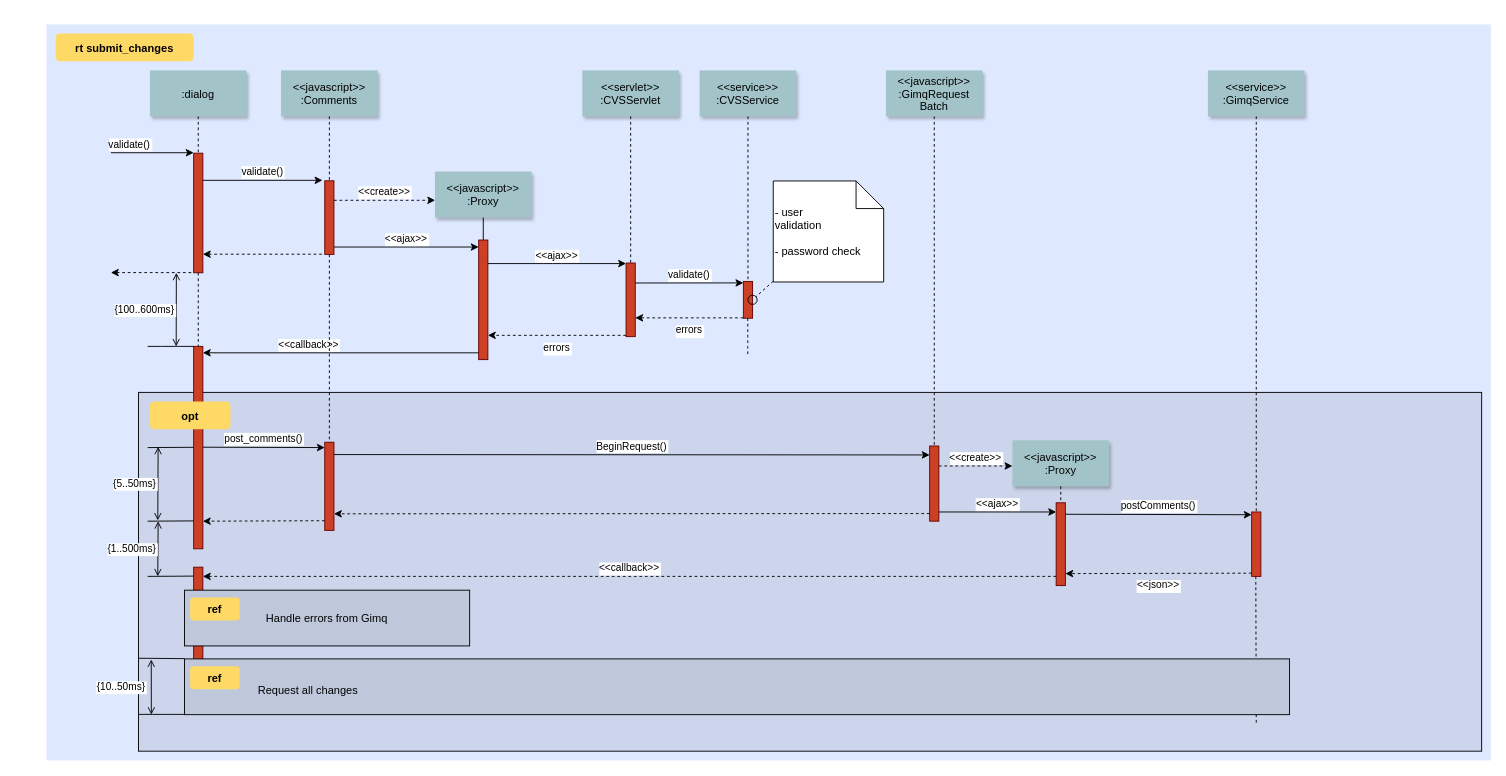
Before: AR Calculation.drawio in mingyuzhao/Diagrams, a draw.io diagram. Source tidied: cells renumbered, new cells numbered last; positions are measured from the earlier drawing's top-left corner, leaving out a move shared by most shapes. Both pictures are drawn from the tidied source at 92%, with x=0, y=0 at pixel (46, 24).
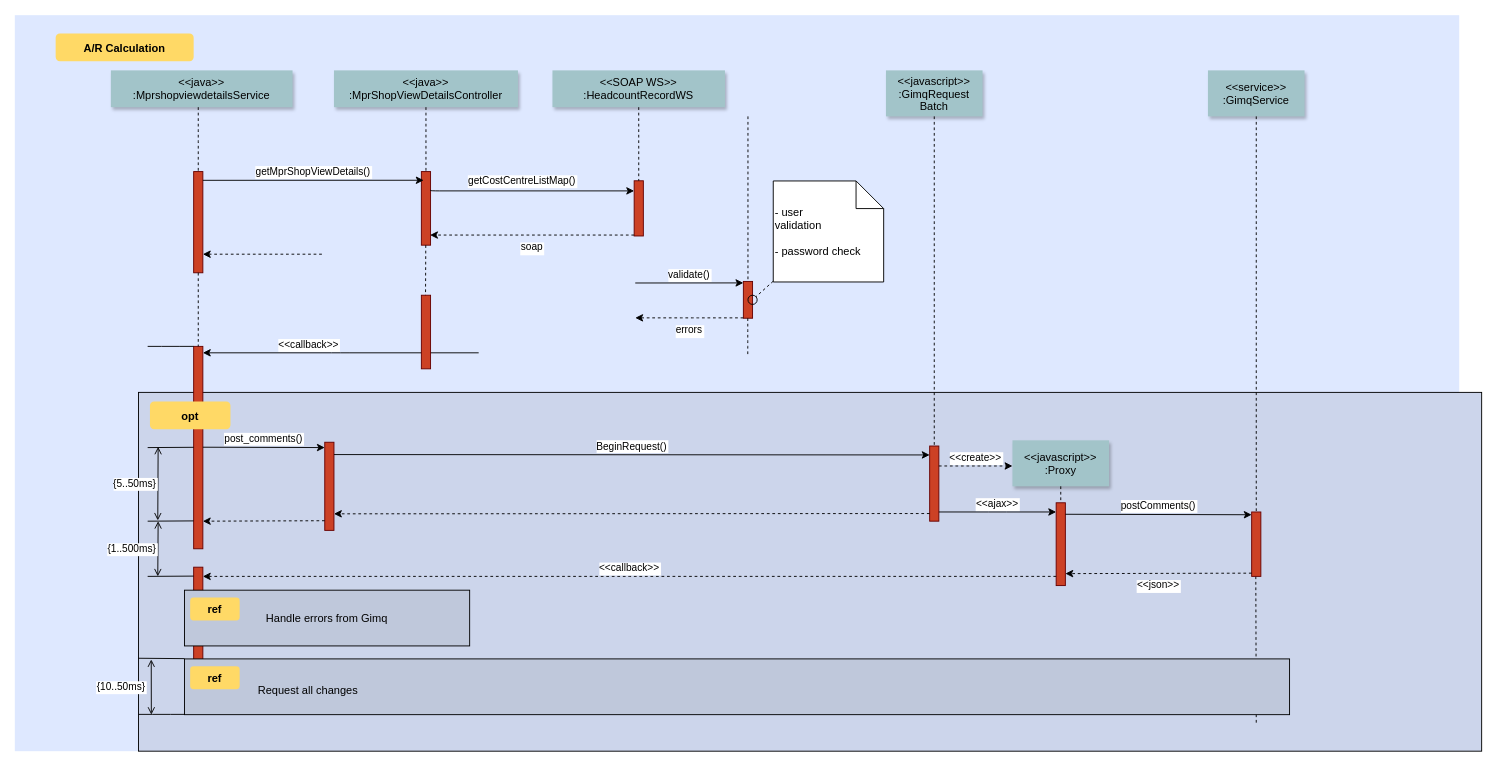
Above is the later version.

The change refers to these unchanged cells:
```xml
<mxCell id="24" style="fillColor=#CC4125;strokeColor=#660000;" parent="1" vertex="1">
  <mxGeometry x="757.5" y="279.4" width="10" height="40" as="geometry" />
</mxCell>
<mxCell id="35" style="fillColor=#CC4125;strokeColor=#660000;" parent="1" vertex="1">
  <mxGeometry x="160" y="350" width="10" height="220" as="geometry" />
</mxCell>
<mxCell id="40" style="fillColor=#CC4125;strokeColor=#660000;" parent="1" vertex="1">
  <mxGeometry x="302.5" y="454.2" width="10" height="95.8" as="geometry" />
</mxCell>
```

Change to the diagram source:
```diff
@@
     <mxCell id="2" style="fillColor=#DEE8FF;strokeColor=none;" parent="1" vertex="1">
-      <mxGeometry width="1570" height="800" as="geometry" />
+      <mxGeometry x="-34.4" y="-10" width="1570" height="800" as="geometry" />
     </mxCell>
@@
     <mxCell id="5" style="fillColor=#CC4125;strokeColor=#660000;" parent="1" vertex="1">
-      <mxGeometry x="160" y="140" width="10" height="130" as="geometry" />
+      <mxGeometry x="160" y="160" width="10" height="110" as="geometry" />
     </mxCell>
-    <mxCell id="6" value="validate()" style="edgeStyle=none;verticalLabelPosition=top;verticalAlign=bottom;labelPosition=left;align=right;" parent="1" edge="1">
-      <mxGeometry x="110" y="49.5" as="geometry">
-        <mxPoint x="70" y="139.5" as="sourcePoint" />
-        <mxPoint x="160" y="139.5" as="targetPoint" />
-      </mxGeometry>
-    </mxCell>
-    <mxCell id="7" value=":dialog" style="shadow=1;fillColor=#A2C4C9;strokeColor=none;" parent="1" vertex="1">
-      <mxGeometry x="112.5" y="50" width="105" height="50" as="geometry" />
+    <mxCell id="7" value="&lt;&lt;java&gt;&gt;&#10;:MprshopviewdetailsService" style="shadow=1;fillColor=#A2C4C9;strokeColor=none;" parent="1" vertex="1">
+      <mxGeometry x="70" y="50" width="197.5" height="40" as="geometry" />
     </mxCell>
     <mxCell id="8" style="fillColor=#CC4125;strokeColor=#660000;" parent="1" vertex="1">
-      <mxGeometry x="302.5" y="170" width="10" height="80" as="geometry" />
+      <mxGeometry x="407.5" y="160" width="10" height="80" as="geometry" />
     </mxCell>
-    <mxCell id="9" value="&lt;&lt;javascript&gt;&gt;&#10;:Comments" style="shadow=1;fillColor=#A2C4C9;strokeColor=none;" parent="1" vertex="1">
-      <mxGeometry x="255" y="50" width="105" height="50" as="geometry" />
+    <mxCell id="9" value="&lt;&lt;java&gt;&gt;&#10;:MprShopViewDetailsController" style="shadow=1;fillColor=#A2C4C9;strokeColor=none;" parent="1" vertex="1">
+      <mxGeometry x="312.5" y="50" width="200" height="40" as="geometry" />
     </mxCell>
@@
-    <mxCell id="11" value="validate()" style="edgeStyle=none;verticalLabelPosition=top;verticalAlign=bottom;" parent="1" edge="1">
+    <mxCell id="11" value="getMprShopViewDetails()" style="edgeStyle=none;verticalLabelPosition=top;verticalAlign=bottom;entryX=0.25;entryY=0.118;entryDx=0;entryDy=0;entryPerimeter=0;" parent="1" edge="1" target="8">
       <mxGeometry x="220" y="92" as="geometry">
         <mxPoint x="170" y="169.5" as="sourcePoint" />
-        <mxPoint x="300" y="169.5" as="targetPoint" />
       </mxGeometry>
     </mxCell>
@@
-    <mxCell id="13" style="edgeStyle=none;verticalLabelPosition=top;verticalAlign=bottom;labelPosition=left;align=right;endArrow=none;startArrow=classic;dashed=1;" parent="1" edge="1">
-      <mxGeometry x="110" y="179.8" as="geometry">
-        <mxPoint x="70" y="269.8" as="sourcePoint" />
-        <mxPoint x="160" y="269.8" as="targetPoint" />
-      </mxGeometry>
-    </mxCell>
-    <mxCell id="14" value="&lt;&lt;create&gt;&gt;" style="edgeStyle=none;verticalLabelPosition=top;verticalAlign=bottom;dashed=1;" parent="1" edge="1">
-      <mxGeometry x="385.5" y="113.9" as="geometry">
-        <mxPoint x="312.5" y="191.2" as="sourcePoint" />
-        <mxPoint x="422.5" y="191.2" as="targetPoint" />
-      </mxGeometry>
-    </mxCell>
-    <mxCell id="15" value="&lt;&lt;javascript&gt;&gt;&#10;:Proxy" style="shadow=1;fillColor=#A2C4C9;strokeColor=none;" parent="1" vertex="1">
-      <mxGeometry x="422.3" y="160" width="105" height="50" as="geometry" />
-    </mxCell>
-    <mxCell id="16" style="edgeStyle=none;endArrow=none;" parent="1" edge="1" source="15" target="17">
-      <mxGeometry x="437" y="270" as="geometry" />
-    </mxCell>
-    <mxCell id="17" style="fillColor=#CC4125;strokeColor=#660000;" parent="1" vertex="1">
-      <mxGeometry x="469.8" y="234.4" width="10" height="130" as="geometry" />
-    </mxCell>
-    <mxCell id="18" value="&lt;&lt;ajax&gt;&gt;" style="edgeStyle=elbowEdgeStyle;elbow=vertical;verticalLabelPosition=top;verticalAlign=bottom;" parent="1" edge="1" source="8" target="17">
-      <mxGeometry x="350" y="290" as="geometry" />
-    </mxCell>
     <mxCell id="19" style="fillColor=#CC4125;strokeColor=#660000;" parent="1" vertex="1">
-      <mxGeometry x="630" y="259.4" width="10" height="80" as="geometry" />
+      <mxGeometry x="638.8" y="170" width="10" height="60" as="geometry" />
     </mxCell>
-    <mxCell id="20" value="&lt;&lt;servlet&gt;&gt;&#10;:CVSServlet" style="shadow=1;fillColor=#A2C4C9;strokeColor=none;" parent="1" vertex="1">
-      <mxGeometry x="582.5" y="50" width="105" height="50" as="geometry" />
+    <mxCell id="20" value="&lt;&lt;SOAP WS&gt;&gt;&#10;:HeadcountRecordWS" style="shadow=1;fillColor=#A2C4C9;strokeColor=none;" parent="1" vertex="1">
+      <mxGeometry x="550" y="50" width="187.5" height="40" as="geometry" />
     </mxCell>
@@
-    <mxCell id="22" value="&lt;&lt;service&gt;&gt;&#10;:CVSService" style="shadow=1;fillColor=#A2C4C9;strokeColor=none;" parent="1" vertex="1">
-      <mxGeometry x="710" y="50" width="105" height="50" as="geometry" />
-    </mxCell>
-    <mxCell id="23" style="edgeStyle=none;endArrow=none;dashed=1;" parent="1" edge="1" source="22" target="24">
-      <mxGeometry x="727.3" y="165" as="geometry" />
+    <mxCell id="23" style="edgeStyle=none;endArrow=none;dashed=1;" parent="1" edge="1" target="24">
+      <mxGeometry x="727.3" y="165" as="geometry">
+        <mxPoint x="762.5" y="100" as="sourcePoint" />
+      </mxGeometry>
     </mxCell>
@@
-    <mxCell id="25" value="&lt;&lt;ajax&gt;&gt;" style="edgeStyle=elbowEdgeStyle;elbow=vertical;verticalLabelPosition=top;verticalAlign=bottom;" parent="1" edge="1" source="17" target="19">
-      <mxGeometry x="540" y="270" as="geometry">
+    <mxCell id="25" value="getCostCentreListMap()" style="edgeStyle=elbowEdgeStyle;elbow=vertical;verticalLabelPosition=top;verticalAlign=bottom;exitX=1;exitY=0.25;exitDx=0;exitDy=0;" parent="1" edge="1" source="8" target="19">
+      <mxGeometry as="geometry">
         <Array as="points">
-          <mxPoint x="550" y="260" />
+          <mxPoint x="530" y="181" />
         </Array>
+        <mxPoint x="-11" y="-1" as="offset" />
       </mxGeometry>
     </mxCell>
-    <mxCell id="26" value="errors" style="edgeStyle=elbowEdgeStyle;elbow=vertical;dashed=1;verticalLabelPosition=bottom;verticalAlign=top;" parent="1" edge="1" source="19" target="17">
-      <mxGeometry x="550" y="280" as="geometry">
-        <Array as="points">
-          <mxPoint x="553" y="338" />
-        </Array>
-      </mxGeometry>
+    <mxCell id="26" value="soap" style="edgeStyle=elbowEdgeStyle;elbow=vertical;dashed=1;verticalLabelPosition=bottom;verticalAlign=top;entryX=0.95;entryY=0.863;entryDx=0;entryDy=0;entryPerimeter=0;" parent="1" edge="1" source="19" target="8">
+      <mxGeometry x="550" y="280" as="geometry" />
     </mxCell>
@@
-    <mxCell id="36" value="             &lt;&lt;callback&gt;&gt;                                " style="edgeStyle=elbowEdgeStyle;elbow=vertical;dashed=0;verticalLabelPosition=top;verticalAlign=bottom;align=right;" parent="1" edge="1" source="17" target="35">
-      <mxGeometry x="190" y="329.8" as="geometry" />
+    <mxCell id="36" value="             &lt;&lt;callback&gt;&gt;                                " style="edgeStyle=elbowEdgeStyle;elbow=vertical;dashed=0;verticalLabelPosition=top;verticalAlign=bottom;align=right;" parent="1" edge="1" target="35">
+      <mxGeometry x="190" y="329.8" as="geometry">
+        <mxPoint x="469.8" y="357" as="sourcePoint" />
+      </mxGeometry>
     </mxCell>
@@
-    <mxCell id="39" value="{100..600ms}" style="edgeStyle=elbowEdgeStyle;elbow=horizontal;startArrow=open;endArrow=open;labelPosition=left;align=right;" parent="1" edge="1">
-      <mxGeometry x="61.2" y="290" as="geometry">
-        <mxPoint x="141.2" y="270" as="sourcePoint" />
-        <mxPoint x="141.2" y="350" as="targetPoint" />
-      </mxGeometry>
-    </mxCell>
@@
-    <mxCell id="44" style="edgeStyle=none;endArrow=none;dashed=1;" parent="1" edge="1" source="8" target="40">
-      <mxGeometry x="376.6" y="339.7" as="geometry" />
-    </mxCell>
@@
-    <mxCell id="60" value="rt submit_changes" style="rounded=1;fontStyle=1;fillColor=#FFD966;strokeColor=none;" parent="1" vertex="1">
+    <mxCell id="60" value="A/R Calculation" style="rounded=1;fontStyle=1;fillColor=#FFD966;strokeColor=none;" parent="1" vertex="1">
       <mxGeometry x="10" y="10" width="150" height="30" as="geometry" />
     </mxCell>
@@
+    <mxCell id="75" style="edgeStyle=none;endArrow=none;dashed=1;" parent="1" edge="1" source="8">
+      <mxGeometry x="271.8" y="335" as="geometry">
+        <mxPoint x="412" y="300" as="targetPoint" />
+      </mxGeometry>
+    </mxCell>
+    <mxCell id="76" style="fillColor=#CC4125;strokeColor=#660000;" parent="1" vertex="1">
+      <mxGeometry x="407.5" y="294.4" width="10" height="80" as="geometry" />
+    </mxCell>
```
